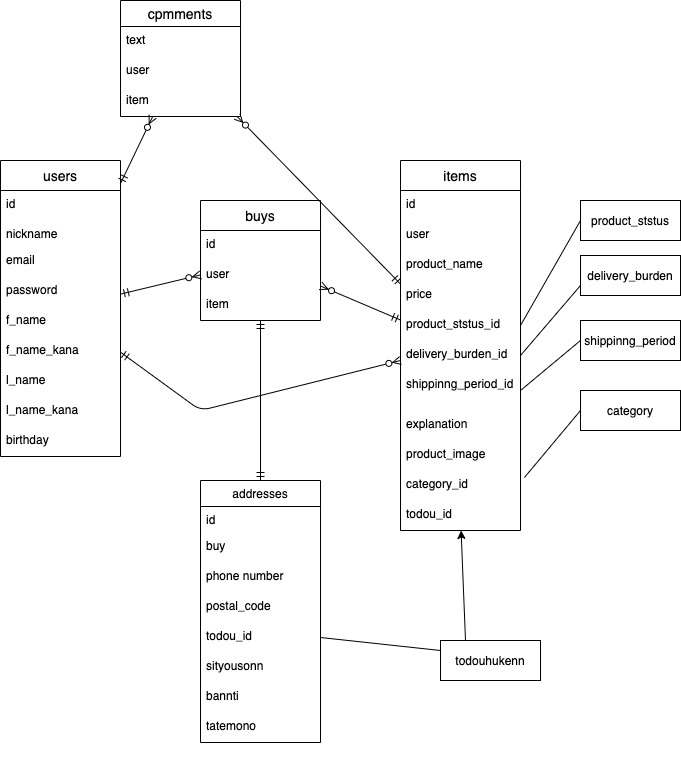
Before: app/views/items/furima.drawio.png, a diagram exported from draw.io (Ta-hiro/furima-31152). Source tidied: cells renumbered, new cells last; positions are measured from the earlier drawing's top-left corner, leaving out a move shared by most shapes.
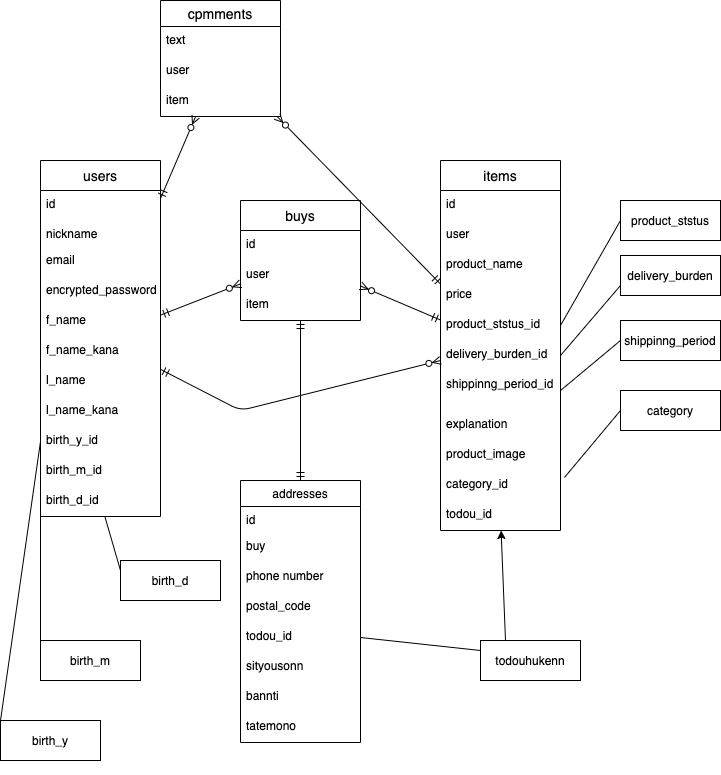
After the change.

Commit message:
生年月日、アクティブハッシュ化

What changed in the source:
```diff
@@ -3,7 +3,7 @@
     <mxCell id="0" />
     <mxCell id="1" parent="0" />
     <mxCell id="2" value="users" style="swimlane;fontStyle=0;horizontal=1;startSize=30;align=center;fontSize=14;" parent="1" vertex="1">
-      <mxGeometry y="160" width="120" height="296" as="geometry" />
+      <mxGeometry y="160" width="120" height="356" as="geometry" />
     </mxCell>
     <mxCell id="3" value="id" style="text;strokeColor=none;fillColor=none;spacingLeft=4;spacingRight=4;overflow=hidden;fontSize=12;" parent="2" vertex="1">
       <mxGeometry y="30" width="120" height="30" as="geometry" />
@@ -14,9 +14,9 @@
     <mxCell id="5" value="email&#10;&#10;password&#10;&#10;" style="text;strokeColor=none;fillColor=none;spacingLeft=4;spacingRight=4;overflow=hidden;fontSize=12;" parent="2" vertex="1">
       <mxGeometry y="86" width="120" height="30" as="geometry" />
     </mxCell>
-    <mxCell id="6" value="password" style="text;strokeColor=none;fillColor=none;spacingLeft=4;spacingRight=4;overflow=hidden;fontSize=12;" parent="2" vertex="1">
-      <mxGeometry y="116" width="120" height="30" as="geometry" />
-    </mxCell>
+    <mxCell id="59" value="encrypted_password" style="text;strokeColor=none;fillColor=none;spacingLeft=4;spacingRight=4;overflow=hidden;fontSize=12;" parent="2" vertex="1">
+      <mxGeometry y="116" width="120" height="30" as="geometry" />
+    </mxCell>
     <mxCell id="7" value="f_name" style="text;strokeColor=none;fillColor=none;spacingLeft=4;spacingRight=4;overflow=hidden;fontSize=12;" parent="2" vertex="1">
       <mxGeometry y="146" width="120" height="30" as="geometry" />
     </mxCell>
@@ -29,9 +29,15 @@
     <mxCell id="10" value="l_name_kana" style="text;strokeColor=none;fillColor=none;spacingLeft=4;spacingRight=4;overflow=hidden;fontSize=12;" parent="2" vertex="1">
       <mxGeometry y="236" width="120" height="30" as="geometry" />
     </mxCell>
-    <mxCell id="11" value="birthday" style="text;strokeColor=none;fillColor=none;spacingLeft=4;spacingRight=4;overflow=hidden;points=[[0,0.5],[1,0.5]];portConstraint=eastwest;fontSize=12;" parent="2" vertex="1">
+    <mxCell id="11" value="birth_y_id" style="text;strokeColor=none;fillColor=none;spacingLeft=4;spacingRight=4;overflow=hidden;points=[[0,0.5],[1,0.5]];portConstraint=eastwest;fontSize=12;" parent="2" vertex="1">
       <mxGeometry y="266" width="120" height="30" as="geometry" />
     </mxCell>
+    <mxCell id="60" value="birth_m_id" style="text;strokeColor=none;fillColor=none;spacingLeft=4;spacingRight=4;overflow=hidden;points=[[0,0.5],[1,0.5]];portConstraint=eastwest;fontSize=12;" parent="2" vertex="1">
+      <mxGeometry y="296" width="120" height="30" as="geometry" />
+    </mxCell>
+    <mxCell id="61" value="birth_d_id" style="text;strokeColor=none;fillColor=none;spacingLeft=4;spacingRight=4;overflow=hidden;points=[[0,0.5],[1,0.5]];portConstraint=eastwest;fontSize=12;" parent="2" vertex="1">
+      <mxGeometry y="326" width="120" height="30" as="geometry" />
+    </mxCell>
     <mxCell id="12" value="cpmments" style="swimlane;fontStyle=0;horizontal=1;startSize=26;align=center;fontSize=14;" parent="1" vertex="1">
       <mxGeometry x="120" width="120" height="116" as="geometry" />
     </mxCell>
@@ -180,5 +186,23 @@
         </Array>
       </mxGeometry>
     </mxCell>
+    <mxCell id="62" value="birth_d" style="whiteSpace=wrap;html=1;align=center;" parent="1" vertex="1">
+      <mxGeometry x="80" y="560" width="100" height="40" as="geometry" />
+    </mxCell>
+    <mxCell id="63" value="birth_m" style="whiteSpace=wrap;html=1;align=center;" parent="1" vertex="1">
+      <mxGeometry y="640" width="100" height="40" as="geometry" />
+    </mxCell>
+    <mxCell id="64" value="birth_y" style="whiteSpace=wrap;html=1;align=center;" parent="1" vertex="1">
+      <mxGeometry x="-40" y="720" width="100" height="40" as="geometry" />
+    </mxCell>
+    <mxCell id="65" style="endArrow=none;html=1;rounded=0;exitX=0;exitY=0;exitDx=0;exitDy=0;entryX=0;entryY=0.5;entryDx=0;entryDy=0;" parent="1" edge="1" source="64" target="11">
+      <mxGeometry relative="1" as="geometry" />
+    </mxCell>
+    <mxCell id="66" style="endArrow=none;html=1;rounded=0;exitX=0;exitY=0;exitDx=0;exitDy=0;entryX=0;entryY=0.5;entryDx=0;entryDy=0;" parent="1" edge="1" source="63" target="60">
+      <mxGeometry relative="1" as="geometry" />
+    </mxCell>
+    <mxCell id="67" style="endArrow=none;html=1;rounded=0;exitX=0;exitY=0.25;exitDx=0;exitDy=0;" parent="1" edge="1" source="62" target="61">
+      <mxGeometry relative="1" as="geometry" />
+    </mxCell>
   </root>
 </mxGraphModel>
```
